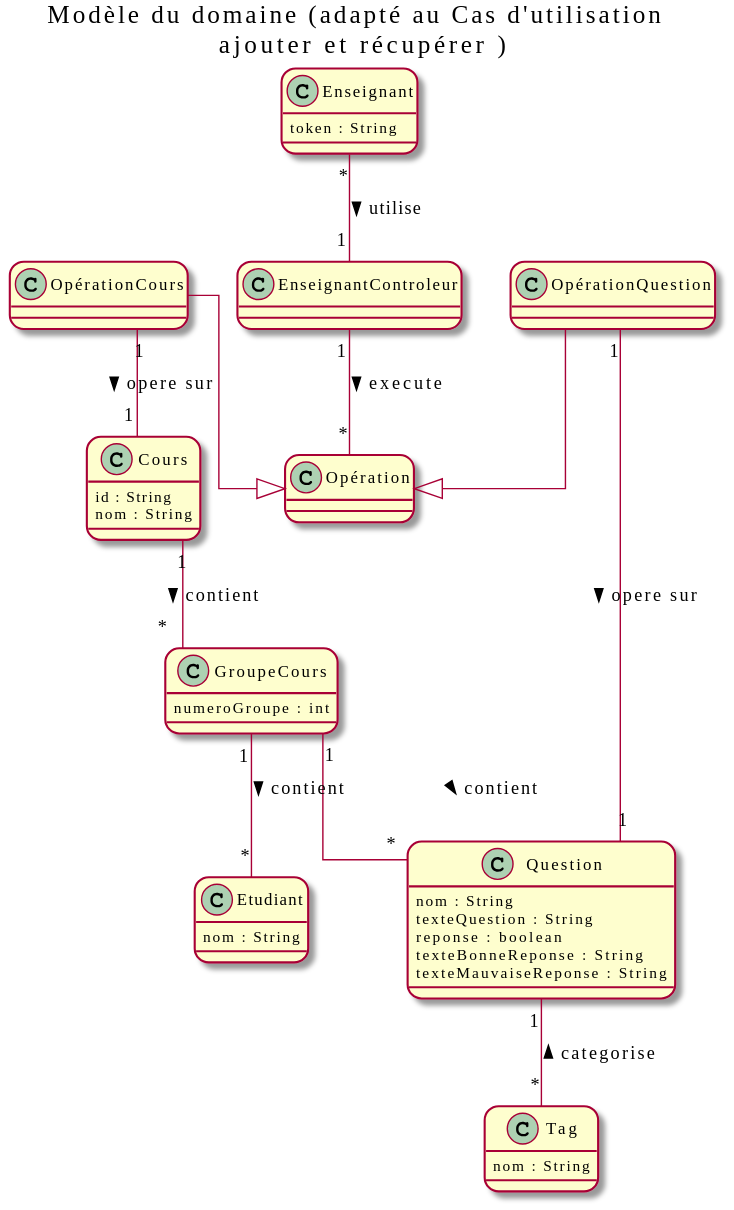
This is out/docs/modeles/mdd/MDD.svg from nerdz88/SGA-TS, a PlantUML export, as it was before one commit.
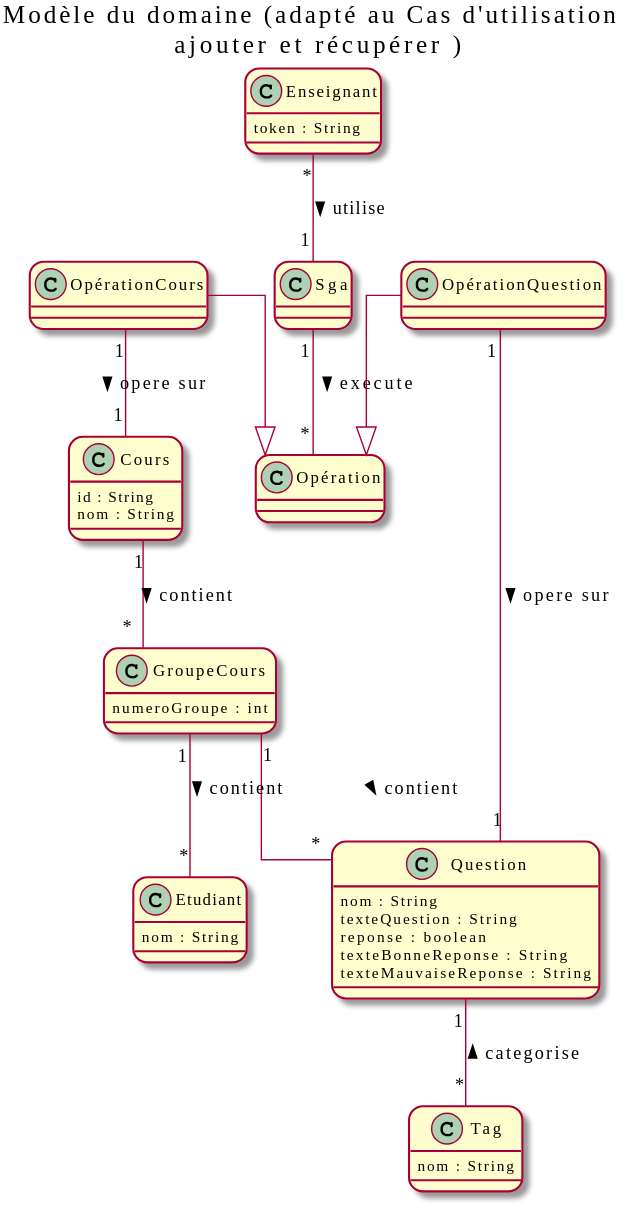
The same file after the commit.

The edit, as a diff of the source:
```diff
@@ -24,7 +24,7 @@
     token : String
 }
 
-class EnseignantControleur {
+class Sga {
 
 }
 
@@ -44,9 +44,9 @@
     texteMauvaiseReponse : String
 }
 
-Enseignant "*"-- "1" EnseignantControleur : utilise >
+Enseignant "*"-- "1" Sga : utilise >
 
-EnseignantControleur "1" -- "*" Opération : execute >
+Sga "1" -- "*" Opération : execute >
 OpérationQuestion --|> Opération
 OpérationCours --|> Opération
 
```
